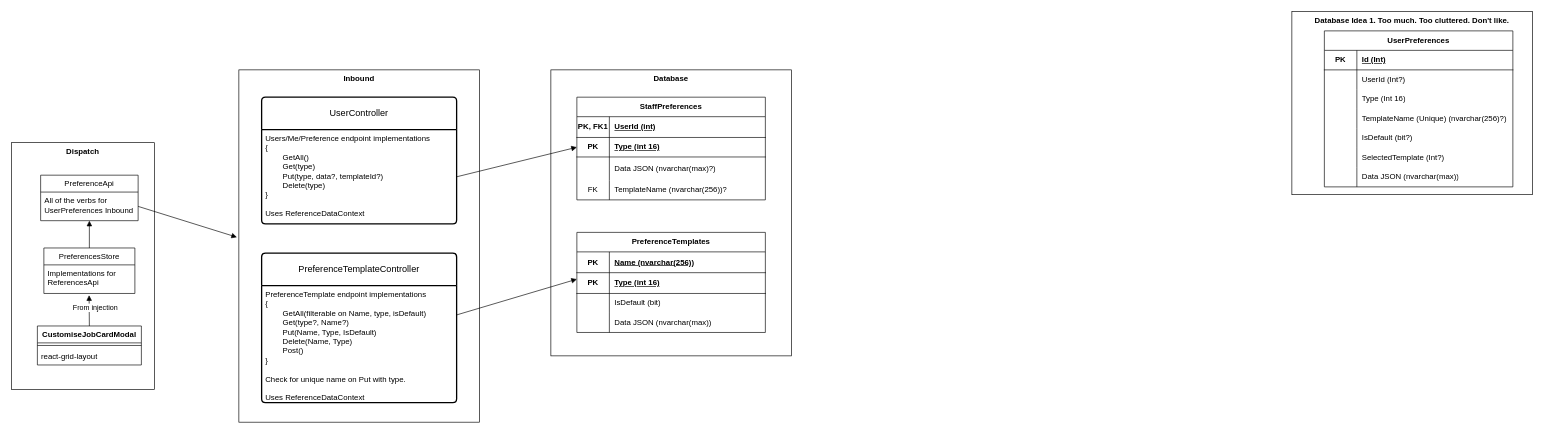
The draw.io diagram CustomJobCard.drawio in gbates-e2open/drawioFiles, before the edit. Source tidied: cells renumbered, new cells numbered last; positions are measured from the earlier drawing's top-left corner, leaving out a move shared by most shapes. Both pictures are drawn from the tidied source at 65%, with x=0, y=0 at pixel (11, 11).
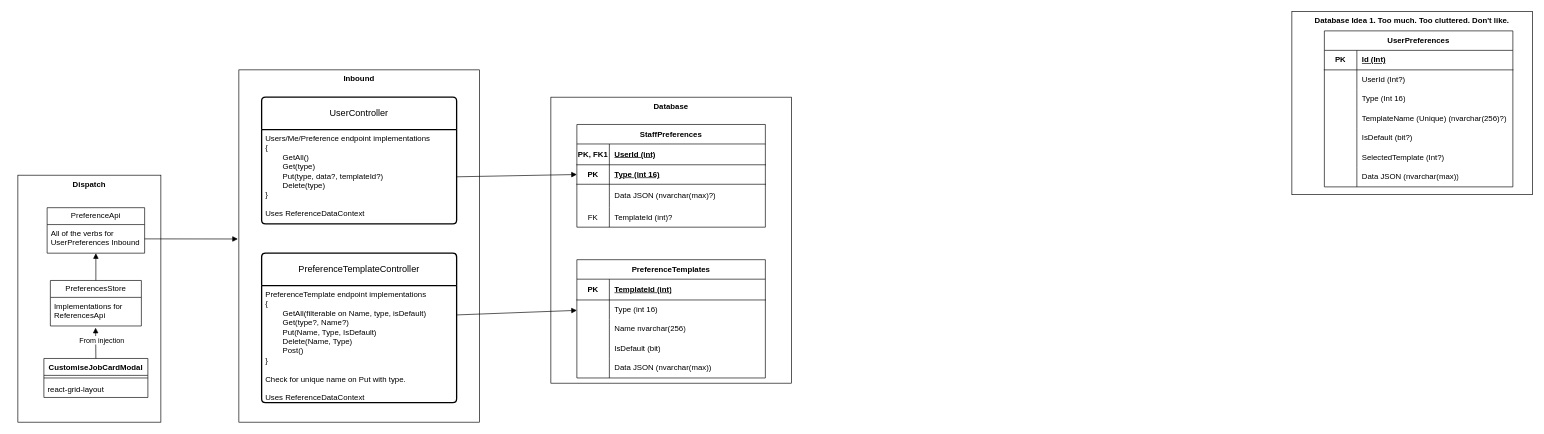
After the change.

The change refers to these unchanged cells:
```xml
<mxCell id="2" value="&lt;b&gt;Inbound&lt;/b&gt;" style="html=1;whiteSpace=wrap;verticalAlign=top;" parent="1" vertex="1">
  <mxGeometry x="350" y="90" width="370" height="542" as="geometry" />
</mxCell>
<mxCell id="4" value="&lt;div&gt;&lt;span style=&quot;background-color: initial;&quot;&gt;PreferenceTemplate endpoint implementations&lt;/span&gt;&lt;br&gt;&lt;/div&gt;&lt;div&gt;{&lt;/div&gt;&lt;div&gt;&lt;span style=&quot;white-space: pre;&quot;&gt;&#9;&lt;/span&gt;GetAll(filterable on Name, type, isDefault)&lt;br&gt;&lt;/div&gt;&lt;div&gt;&lt;span style=&quot;white-space: pre;&quot;&gt;&#9;&lt;/span&gt;Get(type?, Name?)&lt;/div&gt;&lt;div&gt;&lt;span style=&quot;white-space: pre;&quot;&gt;&#9;&lt;/span&gt;Put(Name, Type, IsDefault)&lt;br&gt;&lt;/div&gt;&lt;div&gt;&lt;span style=&quot;white-space: pre;&quot;&gt;&#9;&lt;/span&gt;Delete(Name, Type)&lt;/div&gt;&lt;div&gt;&lt;span style=&quot;white-space: pre;&quot;&gt;&#9;&lt;/span&gt;Post()&lt;br&gt;&lt;/div&gt;&lt;div&gt;}&lt;/div&gt;&lt;div&gt;&lt;br&gt;&lt;/div&gt;&lt;div&gt;Check for unique name on Put with type.&lt;/div&gt;&lt;div&gt;&lt;br&gt;&lt;/div&gt;&lt;div&gt;Uses ReferenceDataContext&lt;/div&gt;" style="align=left;strokeColor=none;fillColor=none;spacingLeft=4;fontSize=12;verticalAlign=top;html=1;" parent="3" vertex="1">
  <mxGeometry y="50" width="300" height="180" as="geometry" />
</mxCell>
<mxCell id="7" value="All of the verbs for&amp;nbsp;&lt;div&gt;UserPreferences Inbound&lt;/div&gt;" style="text;strokeColor=none;fillColor=none;align=left;verticalAlign=top;spacingLeft=4;spacingRight=4;overflow=hidden;points=[[0,0.5],[1,0.5]];portConstraint=eastwest;whiteSpace=wrap;html=1;" parent="6" vertex="1">
  <mxGeometry y="26" width="150" height="44" as="geometry" />
</mxCell>
<mxCell id="50" style="shape=tableRow;horizontal=0;startSize=0;swimlaneHead=0;swimlaneBody=0;fillColor=none;top=0;left=0;right=0;bottom=0;html=1;" parent="40" vertex="1">
  <mxGeometry y="128" width="290" height="30" as="geometry" />
</mxCell>
<mxCell id="54" style="shape=tableRow;horizontal=0;startSize=0;swimlaneHead=0;swimlaneBody=0;fillColor=none;top=0;left=0;right=0;bottom=1;html=1;" parent="53" vertex="1">
  <mxGeometry y="30" width="290" height="32" as="geometry" />
</mxCell>
```

What changed in the source:
```diff
@@
     <mxCell id="5" value="&lt;b&gt;Dispatch&lt;/b&gt;" style="html=1;whiteSpace=wrap;verticalAlign=top;" parent="1" vertex="1">
-      <mxGeometry y="202" width="220" height="380" as="geometry" />
+      <mxGeometry x="10" y="252" width="220" height="380" as="geometry" />
     </mxCell>
     <mxCell id="6" value="PreferenceApi" style="swimlane;fontStyle=0;horizontal=1;startSize=26;fillColor=none;whiteSpace=wrap;html=1;" parent="1" vertex="1">
-      <mxGeometry x="45" y="252" width="150" height="70" as="geometry" />
+      <mxGeometry x="55" y="302" width="150" height="70" as="geometry" />
     </mxCell>
@@
-    <mxCell id="8" style="html=1;verticalAlign=bottom;endArrow=block;curved=0;rounded=0;exitX=1;exitY=0.5;exitDx=0;exitDy=0;entryX=-0.008;entryY=0.475;entryDx=0;entryDy=0;entryPerimeter=0;" parent="1" edge="1" source="7" target="2">
+    <mxCell id="8" style="html=1;verticalAlign=bottom;endArrow=block;curved=0;rounded=0;exitX=1;exitY=0.5;exitDx=0;exitDy=0;entryX=-0.004;entryY=0.48;entryDx=0;entryDy=0;entryPerimeter=0;" parent="1" edge="1" source="7" target="2">
       <mxGeometry relative="1" as="geometry" />
     </mxCell>
     <mxCell id="9" value="PreferencesStore" style="swimlane;fontStyle=0;horizontal=1;startSize=26;fillColor=none;whiteSpace=wrap;html=1;" parent="1" vertex="1">
-      <mxGeometry x="50" y="364" width="140" height="70" as="geometry" />
+      <mxGeometry x="60" y="414" width="140" height="70" as="geometry" />
     </mxCell>
@@
     <mxCell id="12" value="CustomiseJobCardModal" style="swimlane;fontStyle=1;align=center;verticalAlign=top;horizontal=1;startSize=26;whiteSpace=wrap;html=1;" parent="1" vertex="1">
-      <mxGeometry x="40" y="484" width="160" height="60" as="geometry" />
+      <mxGeometry x="50" y="534" width="160" height="60" as="geometry" />
     </mxCell>
@@
     <mxCell id="39" value="&lt;b&gt;Database&lt;/b&gt;" style="html=1;whiteSpace=wrap;verticalAlign=top;" parent="1" vertex="1">
-      <mxGeometry x="830" y="90" width="370" height="440" as="geometry" />
+      <mxGeometry x="830" y="132" width="370" height="440" as="geometry" />
     </mxCell>
     <mxCell id="40" value="StaffPreferences" style="shape=table;startSize=30;childLayout=tableLayout;rowLines=0;fontStyle=1;align=center;html=1;whiteSpace=wrap;" parent="1" vertex="1">
-      <mxGeometry x="870" y="132" width="290" height="158" as="geometry" />
+      <mxGeometry x="870" y="174" width="290" height="158" as="geometry" />
     </mxCell>
@@
-    <mxCell id="52" value="TemplateName (nvarchar(256))?" style="shape=partialRectangle;fillColor=none;top=0;left=0;bottom=0;right=0;align=left;spacingLeft=6;overflow=hidden;html=1;whiteSpace=wrap;" parent="50" vertex="1">
+    <mxCell id="52" value="TemplateId (int)?" style="shape=partialRectangle;fillColor=none;top=0;left=0;bottom=0;right=0;align=left;spacingLeft=6;overflow=hidden;html=1;whiteSpace=wrap;" parent="50" vertex="1">
       <mxGeometry x="50" width="240" height="30" as="geometry" />
     </mxCell>
     <mxCell id="53" value="PreferenceTemplates" style="shape=table;startSize=30;childLayout=tableLayout;rowLines=0;fontStyle=1;align=center;html=1;whiteSpace=wrap;" parent="1" vertex="1">
-      <mxGeometry x="870" y="340" width="290" height="154" as="geometry" />
+      <mxGeometry x="870" y="382" width="290" height="182" as="geometry" />
     </mxCell>
@@
-    <mxCell id="56" value="Name (nvarchar(256))" style="shape=partialRectangle;fillColor=none;top=0;left=0;bottom=0;right=0;align=left;spacingLeft=6;fontStyle=5;overflow=hidden;html=1;whiteSpace=wrap;" parent="54" vertex="1">
+    <mxCell id="56" value="TemplateId (int)" style="shape=partialRectangle;fillColor=none;top=0;left=0;bottom=0;right=0;align=left;spacingLeft=6;fontStyle=5;overflow=hidden;html=1;whiteSpace=wrap;" parent="54" vertex="1">
       <mxGeometry x="50" width="240" height="32" as="geometry" />
     </mxCell>
-    <mxCell id="57" style="shape=tableRow;horizontal=0;startSize=0;swimlaneHead=0;swimlaneBody=0;fillColor=none;top=0;left=0;right=0;bottom=1;html=1;" parent="53" vertex="1">
-      <mxGeometry y="62" width="290" height="32" as="geometry" />
-    </mxCell>
-    <mxCell id="58" value="PK" style="shape=partialRectangle;fillColor=none;top=0;left=0;bottom=0;right=0;fontStyle=1;overflow=hidden;html=1;whiteSpace=wrap;" parent="57" vertex="1">
-      <mxGeometry width="50" height="32" as="geometry" />
-    </mxCell>
-    <mxCell id="59" value="Type (int 16)" style="shape=partialRectangle;fillColor=none;top=0;left=0;bottom=0;right=0;align=left;spacingLeft=6;fontStyle=5;overflow=hidden;html=1;whiteSpace=wrap;" parent="57" vertex="1">
-      <mxGeometry x="50" width="240" height="32" as="geometry" />
-    </mxCell>
     <mxCell id="60" style="shape=tableRow;horizontal=0;startSize=0;swimlaneHead=0;swimlaneBody=0;fillColor=none;top=0;left=0;right=0;bottom=0;html=1;" parent="53" vertex="1">
-      <mxGeometry y="94" width="290" height="30" as="geometry" />
+      <mxGeometry y="62" width="290" height="30" as="geometry" />
     </mxCell>
@@
-    <mxCell id="62" value="IsDefault (bit)" style="shape=partialRectangle;fillColor=none;top=0;left=0;bottom=0;right=0;align=left;spacingLeft=6;overflow=hidden;html=1;whiteSpace=wrap;" parent="60" vertex="1">
+    <mxCell id="62" value="Type (int 16)" style="shape=partialRectangle;fillColor=none;top=0;left=0;bottom=0;right=0;align=left;spacingLeft=6;overflow=hidden;html=1;whiteSpace=wrap;" parent="60" vertex="1">
       <mxGeometry x="50" width="240" height="30" as="geometry" />
     </mxCell>
+    <mxCell id="70" style="shape=tableRow;horizontal=0;startSize=0;swimlaneHead=0;swimlaneBody=0;fillColor=none;top=0;left=0;right=0;bottom=0;html=1;" parent="53" vertex="1">
+      <mxGeometry y="92" width="290" height="30" as="geometry" />
+    </mxCell>
+    <mxCell id="71" style="shape=partialRectangle;fillColor=none;top=0;left=0;bottom=0;right=0;overflow=hidden;html=1;whiteSpace=wrap;" parent="70" vertex="1">
+      <mxGeometry width="50" height="30" as="geometry" />
+    </mxCell>
+    <mxCell id="72" value="Name nvarchar(256)" style="shape=partialRectangle;fillColor=none;top=0;left=0;bottom=0;right=0;align=left;spacingLeft=6;overflow=hidden;html=1;whiteSpace=wrap;" parent="70" vertex="1">
+      <mxGeometry x="50" width="240" height="30" as="geometry" />
+    </mxCell>
+    <mxCell id="73" style="shape=tableRow;horizontal=0;startSize=0;swimlaneHead=0;swimlaneBody=0;fillColor=none;top=0;left=0;right=0;bottom=0;html=1;" parent="53" vertex="1">
+      <mxGeometry y="122" width="290" height="30" as="geometry" />
+    </mxCell>
+    <mxCell id="74" style="shape=partialRectangle;fillColor=none;top=0;left=0;bottom=0;right=0;overflow=hidden;html=1;whiteSpace=wrap;" parent="73" vertex="1">
+      <mxGeometry width="50" height="30" as="geometry" />
+    </mxCell>
+    <mxCell id="75" value="IsDefault (bit)" style="shape=partialRectangle;fillColor=none;top=0;left=0;bottom=0;right=0;align=left;spacingLeft=6;overflow=hidden;html=1;whiteSpace=wrap;" parent="73" vertex="1">
+      <mxGeometry x="50" width="240" height="30" as="geometry" />
+    </mxCell>
     <mxCell id="63" style="shape=tableRow;horizontal=0;startSize=0;swimlaneHead=0;swimlaneBody=0;fillColor=none;top=0;left=0;right=0;bottom=0;html=1;" parent="53" vertex="1">
-      <mxGeometry y="124" width="290" height="30" as="geometry" />
+      <mxGeometry y="152" width="290" height="30" as="geometry" />
     </mxCell>
@@
     <mxCell id="69" style="html=1;verticalAlign=bottom;endArrow=block;curved=0;rounded=0;exitX=1;exitY=0.25;exitDx=0;exitDy=0;entryX=0;entryY=0.5;entryDx=0;entryDy=0;" parent="1" edge="1" source="4">
       <mxGeometry relative="1" as="geometry">
-        <mxPoint x="870" y="412" as="targetPoint" />
+        <mxPoint x="870" y="460" as="targetPoint" />
       </mxGeometry>
     </mxCell>
```
